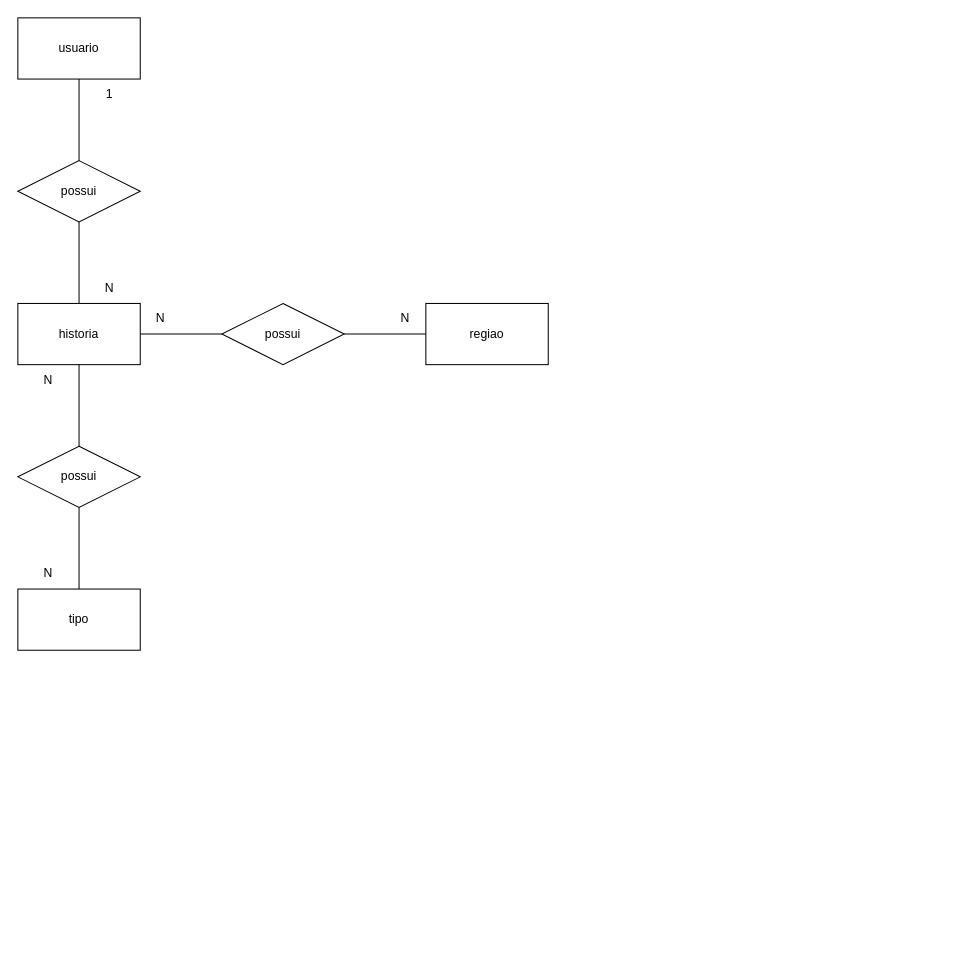
Before: page "Modelo-Conceitual" (1 of 2) of Banco de Dados/Modelagens/Modelagens-WTDNWYTK.drawio in lucaf-silvestri/Projeto_WTDNWYTK, a draw.io diagram. Source tidied: cells renumbered, new cells numbered last; positions are measured from the earlier drawing's top-left corner, leaving out a move shared by most shapes. Both pictures are drawn from the tidied source at 102%, with x=0, y=0 at pixel (17, 17).
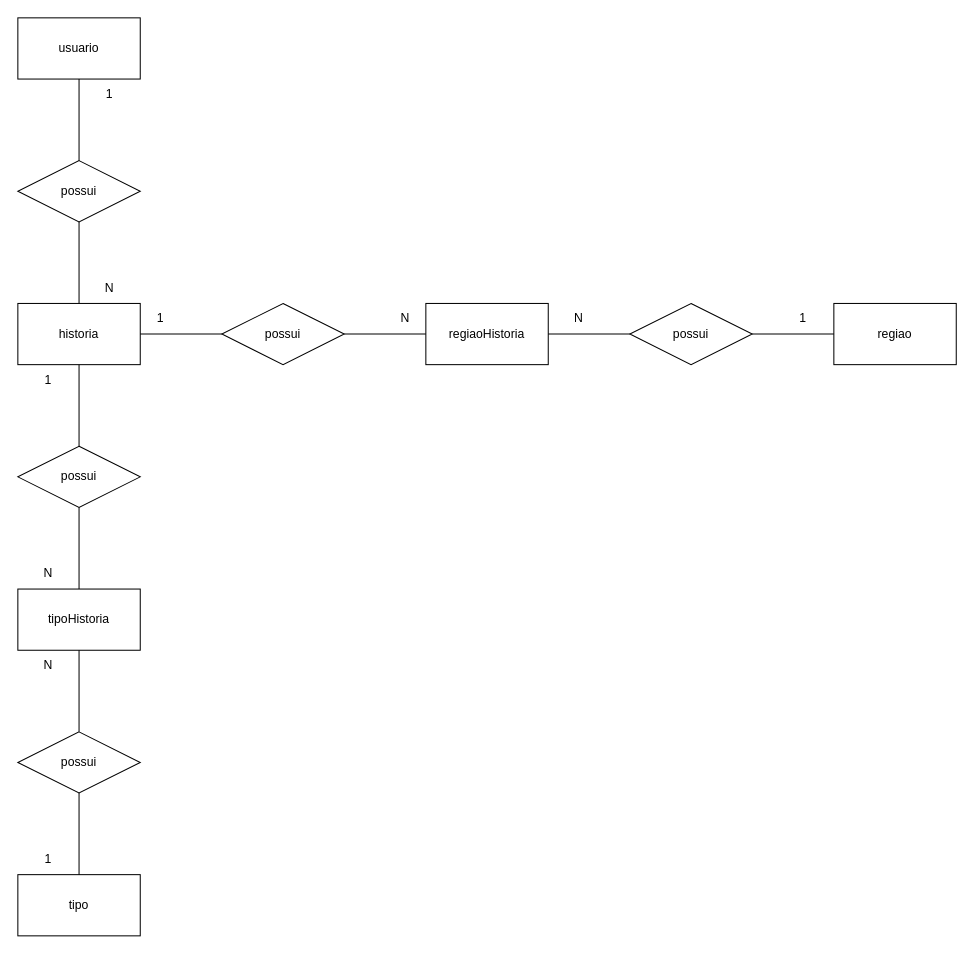
After the change.

The change refers to these unchanged cells:
```xml
<mxCell id="5" style="group;" parent="1" vertex="1">
  <mxGeometry x="400" y="280" width="120" height="80" as="geometry" />
</mxCell>
<mxCell id="8" style="group;" parent="1" vertex="1">
  <mxGeometry y="560" width="120" height="60" as="geometry" />
</mxCell>
```

What changed in the source:
```diff
@@
-    <mxCell id="7" value="regiao" style="text;html=1;strokeColor=none;fillColor=none;align=center;verticalAlign=middle;whiteSpace=wrap;rounded=0;" parent="5" vertex="1">
+    <mxCell id="7" value="regiaoHistoria" style="text;html=1;strokeColor=none;fillColor=none;align=center;verticalAlign=middle;whiteSpace=wrap;rounded=0;" parent="5" vertex="1">
       <mxGeometry width="120" height="60" as="geometry" />
     </mxCell>
@@
-    <mxCell id="10" value="tipo" style="text;html=1;strokeColor=none;fillColor=none;align=center;verticalAlign=middle;whiteSpace=wrap;rounded=0;" parent="8" vertex="1">
+    <mxCell id="10" value="tipoHistoria" style="text;html=1;strokeColor=none;fillColor=none;align=center;verticalAlign=middle;whiteSpace=wrap;rounded=0;" parent="8" vertex="1">
       <mxGeometry width="120" height="60" as="geometry" />
     </mxCell>
@@
-    <mxCell id="18" value="N" style="text;html=1;strokeColor=none;fillColor=none;align=center;verticalAlign=middle;whiteSpace=wrap;rounded=0;" parent="1" vertex="1">
+    <mxCell id="18" value="1" style="text;html=1;strokeColor=none;fillColor=none;align=center;verticalAlign=middle;whiteSpace=wrap;rounded=0;" parent="1" vertex="1">
       <mxGeometry x="110" y="280" width="60" height="30" as="geometry" />
     </mxCell>
@@
-    <mxCell id="20" value="N" style="text;html=1;strokeColor=none;fillColor=none;align=center;verticalAlign=middle;whiteSpace=wrap;rounded=0;" parent="1" vertex="1">
+    <mxCell id="20" value="1" style="text;html=1;strokeColor=none;fillColor=none;align=center;verticalAlign=middle;whiteSpace=wrap;rounded=0;" parent="1" vertex="1">
       <mxGeometry y="340" width="60" height="30" as="geometry" />
     </mxCell>
@@
+    <mxCell id="35" style="group;" parent="1" vertex="1">
+      <mxGeometry x="800" y="280" width="120" height="80" as="geometry" />
+    </mxCell>
+    <mxCell id="36" style="rounded=0;whiteSpace=wrap;html=1;" parent="35" vertex="1">
+      <mxGeometry width="120" height="60" as="geometry" />
+    </mxCell>
+    <mxCell id="37" value="regiao" style="text;html=1;strokeColor=none;fillColor=none;align=center;verticalAlign=middle;whiteSpace=wrap;rounded=0;" parent="35" vertex="1">
+      <mxGeometry width="120" height="60" as="geometry" />
+    </mxCell>
+    <mxCell id="38" style="group;" parent="1" vertex="1">
+      <mxGeometry x="600" y="280" width="120" height="60" as="geometry" />
+    </mxCell>
+    <mxCell id="39" style="rhombus;whiteSpace=wrap;html=1;" parent="38" vertex="1">
+      <mxGeometry width="120" height="60" as="geometry" />
+    </mxCell>
+    <mxCell id="40" value="possui" style="text;html=1;strokeColor=none;fillColor=none;align=center;verticalAlign=middle;whiteSpace=wrap;rounded=0;" parent="38" vertex="1">
+      <mxGeometry x="30" y="15" width="60" height="30" as="geometry" />
+    </mxCell>
+    <mxCell id="41" style="endArrow=none;html=1;rounded=0;entryX=1;entryY=0.5;entryDx=0;entryDy=0;exitX=0;exitY=0.5;exitDx=0;exitDy=0;" parent="1" edge="1" target="39">
+      <mxGeometry relative="1" as="geometry">
+        <mxPoint x="800" y="310" as="sourcePoint" />
+      </mxGeometry>
+    </mxCell>
+    <mxCell id="42" style="endArrow=none;html=1;rounded=0;exitX=1;exitY=0.5;exitDx=0;exitDy=0;" parent="1" edge="1" source="7">
+      <mxGeometry relative="1" as="geometry">
+        <mxPoint x="600" y="310" as="targetPoint" />
+      </mxGeometry>
+    </mxCell>
+    <mxCell id="43" value="N" style="text;html=1;strokeColor=none;fillColor=none;align=center;verticalAlign=middle;whiteSpace=wrap;rounded=0;" parent="1" vertex="1">
+      <mxGeometry x="520" y="280" width="60" height="30" as="geometry" />
+    </mxCell>
+    <mxCell id="44" value="1" style="text;html=1;strokeColor=none;fillColor=none;align=center;verticalAlign=middle;whiteSpace=wrap;rounded=0;" parent="1" vertex="1">
+      <mxGeometry x="740" y="280" width="60" height="30" as="geometry" />
+    </mxCell>
+    <mxCell id="45" style="group;" parent="1" vertex="1">
+      <mxGeometry y="840" width="120" height="60" as="geometry" />
+    </mxCell>
+    <mxCell id="46" style="rounded=0;whiteSpace=wrap;html=1;" parent="45" vertex="1">
+      <mxGeometry width="120" height="60" as="geometry" />
+    </mxCell>
+    <mxCell id="47" value="tipo" style="text;html=1;strokeColor=none;fillColor=none;align=center;verticalAlign=middle;whiteSpace=wrap;rounded=0;" parent="45" vertex="1">
+      <mxGeometry width="120" height="60" as="geometry" />
+    </mxCell>
+    <mxCell id="48" value="N" style="text;html=1;strokeColor=none;fillColor=none;align=center;verticalAlign=middle;whiteSpace=wrap;rounded=0;" parent="1" vertex="1">
+      <mxGeometry y="620" width="60" height="30" as="geometry" />
+    </mxCell>
+    <mxCell id="49" value="1" style="text;html=1;strokeColor=none;fillColor=none;align=center;verticalAlign=middle;whiteSpace=wrap;rounded=0;" parent="1" vertex="1">
+      <mxGeometry y="810" width="60" height="30" as="geometry" />
+    </mxCell>
+    <mxCell id="50" style="endArrow=none;html=1;rounded=0;entryX=0.5;entryY=0;entryDx=0;entryDy=0;exitX=0.5;exitY=1;exitDx=0;exitDy=0;" parent="1" edge="1" target="52">
+      <mxGeometry relative="1" as="geometry">
+        <mxPoint x="60" y="620" as="sourcePoint" />
+      </mxGeometry>
+    </mxCell>
+    <mxCell id="51" style="group;" parent="1" vertex="1">
+      <mxGeometry y="700" width="120" height="60" as="geometry" />
+    </mxCell>
+    <mxCell id="52" style="rhombus;whiteSpace=wrap;html=1;" parent="51" vertex="1">
+      <mxGeometry width="120" height="60" as="geometry" />
+    </mxCell>
+    <mxCell id="53" value="possui" style="text;html=1;strokeColor=none;fillColor=none;align=center;verticalAlign=middle;whiteSpace=wrap;rounded=0;" parent="51" vertex="1">
+      <mxGeometry x="30" y="15" width="60" height="30" as="geometry" />
+    </mxCell>
+    <mxCell id="54" style="endArrow=none;html=1;rounded=0;entryX=0.5;entryY=0;entryDx=0;entryDy=0;exitX=0.5;exitY=1;exitDx=0;exitDy=0;" parent="1" edge="1" source="52" target="47">
+      <mxGeometry relative="1" as="geometry" />
+    </mxCell>
```
